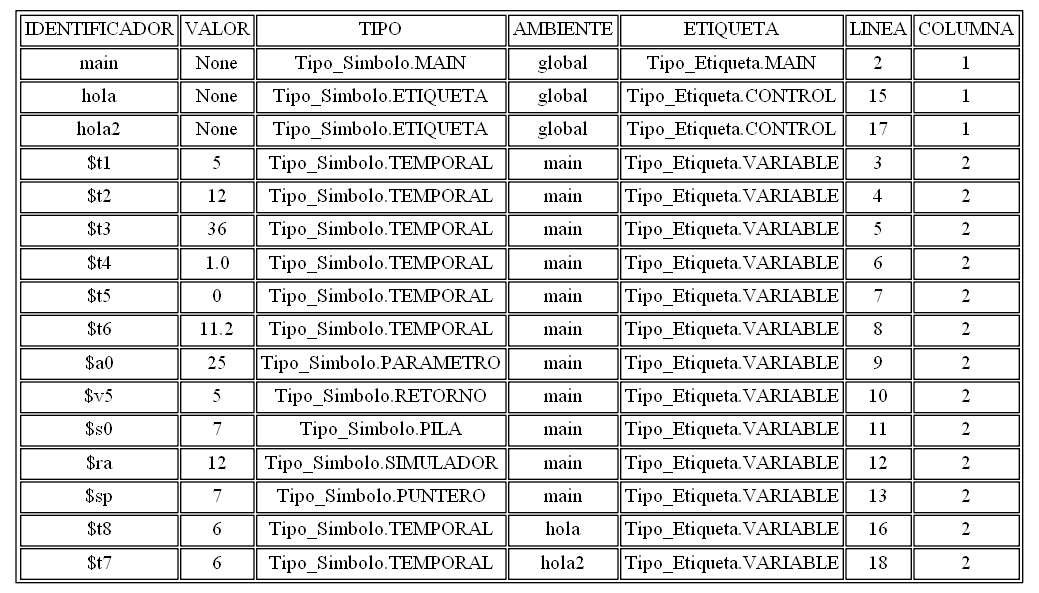
This is tablasimbolos.png from AndreeAvalos/OLC2-AUGUS, a Graphviz export, as it was before one commit. Its source is kept beside it as tablasimbolos.dot. The source it was exported from:
```dot
digraph tabla{
graph [ratio=fill];node [label="\N", fontsize=15, shape=plaintext];
graph [bb="0,0,352,154"];
arset [label=<<TABLE ALIGN="LEFT">
<TR><TD>IDENTIFICADOR</TD><TD>VALOR</TD><TD>TIPO</TD><TD>AMBIENTE</TD><TD>ETIQUETA</TD><TD>LINEA</TD><TD>COLUMNA</TD></TR>
<TR><TD>main</TD><TD>None</TD><TD>Tipo_Simbolo.MAIN</TD><TD>global</TD><TD>Tipo_Etiqueta.MAIN</TD><TD>2</TD><TD>1</TD></TR>
<TR><TD>hola</TD><TD>None</TD><TD>Tipo_Simbolo.ETIQUETA</TD><TD>global</TD><TD>Tipo_Etiqueta.CONTROL</TD><TD>15</TD><TD>1</TD></TR>
<TR><TD>hola2</TD><TD>None</TD><TD>Tipo_Simbolo.ETIQUETA</TD><TD>global</TD><TD>Tipo_Etiqueta.CONTROL</TD><TD>17</TD><TD>1</TD></TR>
<TR><TD>$t1</TD><TD>5</TD><TD>Tipo_Simbolo.TEMPORAL</TD><TD>main</TD><TD>Tipo_Etiqueta.VARIABLE</TD><TD>3</TD><TD>2</TD></TR>
<TR><TD>$t2</TD><TD>12</TD><TD>Tipo_Simbolo.TEMPORAL</TD><TD>main</TD><TD>Tipo_Etiqueta.VARIABLE</TD><TD>4</TD><TD>2</TD></TR>
<TR><TD>$t3</TD><TD>36</TD><TD>Tipo_Simbolo.TEMPORAL</TD><TD>main</TD><TD>Tipo_Etiqueta.VARIABLE</TD><TD>5</TD><TD>2</TD></TR>
<TR><TD>$t4</TD><TD>1.0</TD><TD>Tipo_Simbolo.TEMPORAL</TD><TD>main</TD><TD>Tipo_Etiqueta.VARIABLE</TD><TD>6</TD><TD>2</TD></TR>
<TR><TD>$t5</TD><TD>0</TD><TD>Tipo_Simbolo.TEMPORAL</TD><TD>main</TD><TD>Tipo_Etiqueta.VARIABLE</TD><TD>7</TD><TD>2</TD></TR>
<TR><TD>$t6</TD><TD>11.2</TD><TD>Tipo_Simbolo.TEMPORAL</TD><TD>main</TD><TD>Tipo_Etiqueta.VARIABLE</TD><TD>8</TD><TD>2</TD></TR>
<TR><TD>$a0</TD><TD>25</TD><TD>Tipo_Simbolo.PARAMETRO</TD><TD>main</TD><TD>Tipo_Etiqueta.VARIABLE</TD><TD>9</TD><TD>2</TD></TR>
<TR><TD>$v5</TD><TD>5</TD><TD>Tipo_Simbolo.RETORNO</TD><TD>main</TD><TD>Tipo_Etiqueta.VARIABLE</TD><TD>10</TD><TD>2</TD></TR>
<TR><TD>$s0</TD><TD>7</TD><TD>Tipo_Simbolo.PILA</TD><TD>main</TD><TD>Tipo_Etiqueta.VARIABLE</TD><TD>11</TD><TD>2</TD></TR>
<TR><TD>$ra</TD><TD>12</TD><TD>Tipo_Simbolo.SIMULADOR</TD><TD>main</TD><TD>Tipo_Etiqueta.VARIABLE</TD><TD>12</TD><TD>2</TD></TR>
<TR><TD>$sp</TD><TD>7</TD><TD>Tipo_Simbolo.PUNTERO</TD><TD>main</TD><TD>Tipo_Etiqueta.VARIABLE</TD><TD>13</TD><TD>2</TD></TR>
<TR><TD>$t8</TD><TD>6</TD><TD>Tipo_Simbolo.TEMPORAL</TD><TD>hola</TD><TD>Tipo_Etiqueta.VARIABLE</TD><TD>16</TD><TD>2</TD></TR>
<TR><TD>$t7</TD><TD>6</TD><TD>Tipo_Simbolo.TEMPORAL</TD><TD>hola2</TD><TD>Tipo_Etiqueta.VARIABLE</TD><TD>18</TD><TD>2</TD></TR>
</TABLE>
>, ];
}
```
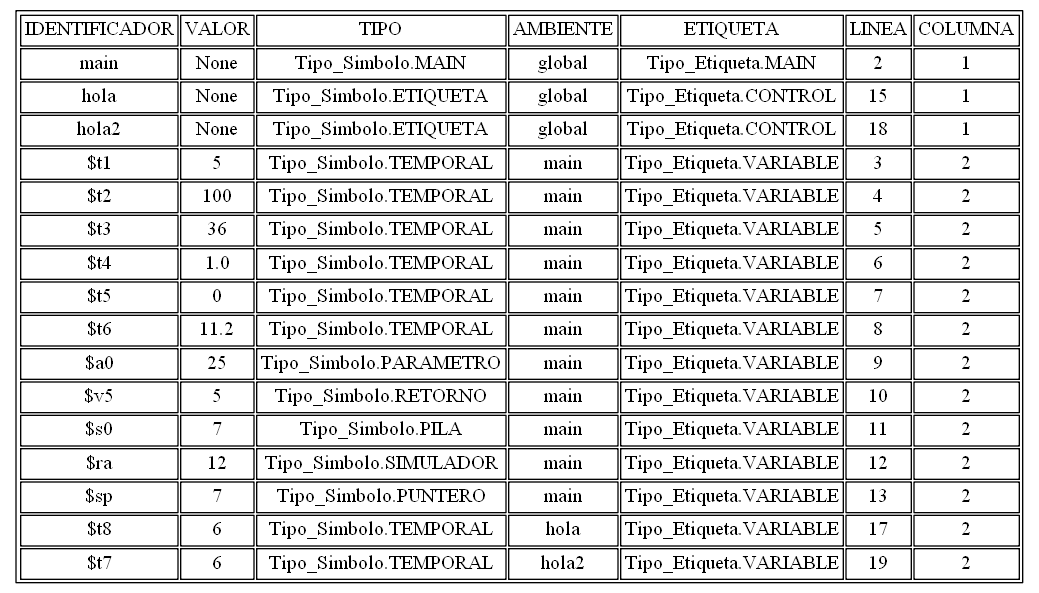
Later version of the same file.

What changed in the source:
```diff
@@ -5,9 +5,9 @@
 <TR><TD>IDENTIFICADOR</TD><TD>VALOR</TD><TD>TIPO</TD><TD>AMBIENTE</TD><TD>ETIQUETA</TD><TD>LINEA</TD><TD>COLUMNA</TD></TR>
 <TR><TD>main</TD><TD>None</TD><TD>Tipo_Simbolo.MAIN</TD><TD>global</TD><TD>Tipo_Etiqueta.MAIN</TD><TD>2</TD><TD>1</TD></TR>
 <TR><TD>hola</TD><TD>None</TD><TD>Tipo_Simbolo.ETIQUETA</TD><TD>global</TD><TD>Tipo_Etiqueta.CONTROL</TD><TD>15</TD><TD>1</TD></TR>
-<TR><TD>hola2</TD><TD>None</TD><TD>Tipo_Simbolo.ETIQUETA</TD><TD>global</TD><TD>Tipo_Etiqueta.CONTROL</TD><TD>17</TD><TD>1</TD></TR>
+<TR><TD>hola2</TD><TD>None</TD><TD>Tipo_Simbolo.ETIQUETA</TD><TD>global</TD><TD>Tipo_Etiqueta.CONTROL</TD><TD>18</TD><TD>1</TD></TR>
 <TR><TD>$t1</TD><TD>5</TD><TD>Tipo_Simbolo.TEMPORAL</TD><TD>main</TD><TD>Tipo_Etiqueta.VARIABLE</TD><TD>3</TD><TD>2</TD></TR>
-<TR><TD>$t2</TD><TD>12</TD><TD>Tipo_Simbolo.TEMPORAL</TD><TD>main</TD><TD>Tipo_Etiqueta.VARIABLE</TD><TD>4</TD><TD>2</TD></TR>
+<TR><TD>$t2</TD><TD>100</TD><TD>Tipo_Simbolo.TEMPORAL</TD><TD>main</TD><TD>Tipo_Etiqueta.VARIABLE</TD><TD>4</TD><TD>2</TD></TR>
 <TR><TD>$t3</TD><TD>36</TD><TD>Tipo_Simbolo.TEMPORAL</TD><TD>main</TD><TD>Tipo_Etiqueta.VARIABLE</TD><TD>5</TD><TD>2</TD></TR>
 <TR><TD>$t4</TD><TD>1.0</TD><TD>Tipo_Simbolo.TEMPORAL</TD><TD>main</TD><TD>Tipo_Etiqueta.VARIABLE</TD><TD>6</TD><TD>2</TD></TR>
 <TR><TD>$t5</TD><TD>0</TD><TD>Tipo_Simbolo.TEMPORAL</TD><TD>main</TD><TD>Tipo_Etiqueta.VARIABLE</TD><TD>7</TD><TD>2</TD></TR>
@@ -17,8 +17,8 @@
 <TR><TD>$s0</TD><TD>7</TD><TD>Tipo_Simbolo.PILA</TD><TD>main</TD><TD>Tipo_Etiqueta.VARIABLE</TD><TD>11</TD><TD>2</TD></TR>
 <TR><TD>$ra</TD><TD>12</TD><TD>Tipo_Simbolo.SIMULADOR</TD><TD>main</TD><TD>Tipo_Etiqueta.VARIABLE</TD><TD>12</TD><TD>2</TD></TR>
 <TR><TD>$sp</TD><TD>7</TD><TD>Tipo_Simbolo.PUNTERO</TD><TD>main</TD><TD>Tipo_Etiqueta.VARIABLE</TD><TD>13</TD><TD>2</TD></TR>
-<TR><TD>$t8</TD><TD>6</TD><TD>Tipo_Simbolo.TEMPORAL</TD><TD>hola</TD><TD>Tipo_Etiqueta.VARIABLE</TD><TD>16</TD><TD>2</TD></TR>
-<TR><TD>$t7</TD><TD>6</TD><TD>Tipo_Simbolo.TEMPORAL</TD><TD>hola2</TD><TD>Tipo_Etiqueta.VARIABLE</TD><TD>18</TD><TD>2</TD></TR>
+<TR><TD>$t8</TD><TD>6</TD><TD>Tipo_Simbolo.TEMPORAL</TD><TD>hola</TD><TD>Tipo_Etiqueta.VARIABLE</TD><TD>17</TD><TD>2</TD></TR>
+<TR><TD>$t7</TD><TD>6</TD><TD>Tipo_Simbolo.TEMPORAL</TD><TD>hola2</TD><TD>Tipo_Etiqueta.VARIABLE</TD><TD>19</TD><TD>2</TD></TR>
 </TABLE>
 >, ];
 }
```
